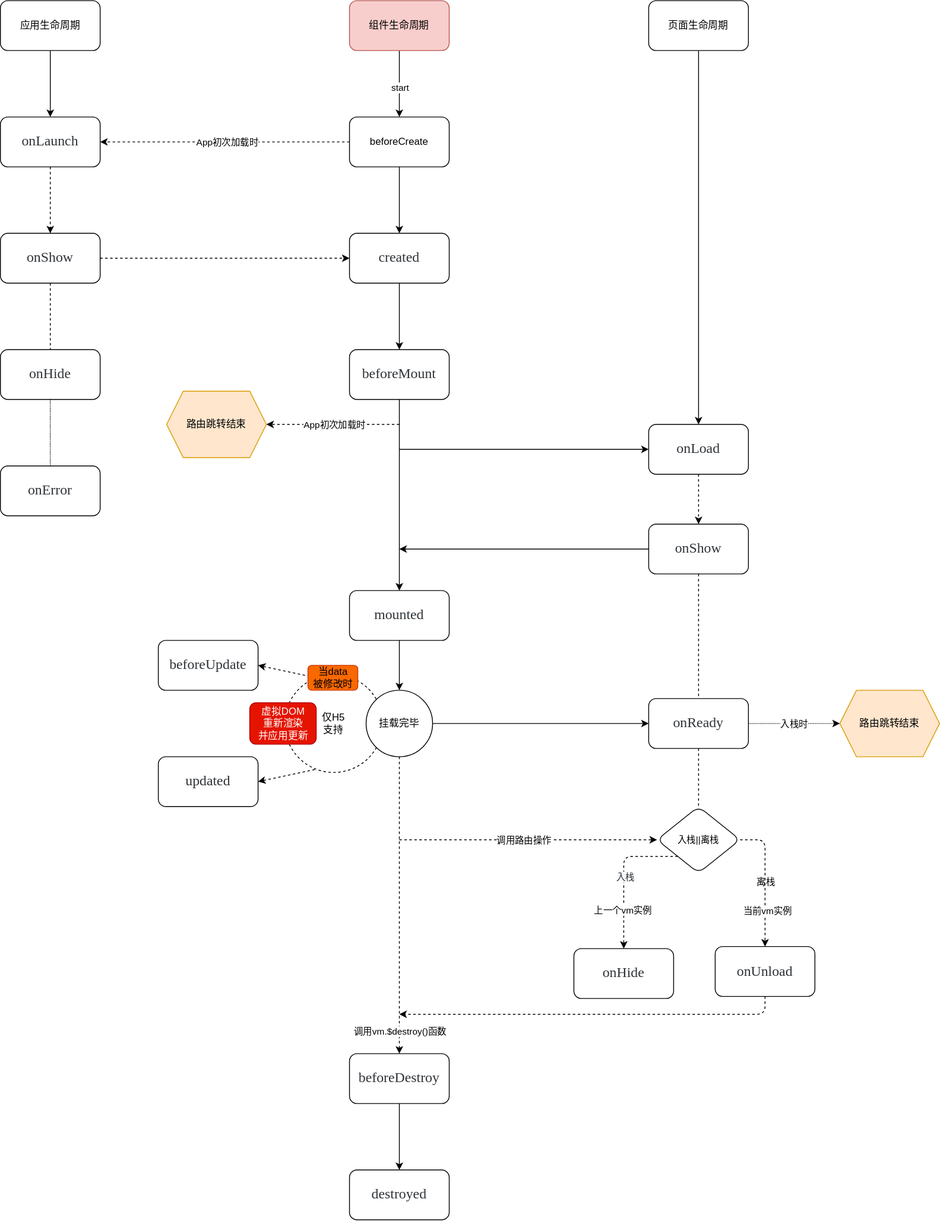
This is -附件-/drawio/UniApp生命周期.drawio.svg from FourteenDP/Note, a draw.io export, as it was before one commit. Source tidied: cells renumbered, new cells last; positions are measured from the earlier drawing's top-left corner, leaving out a move shared by most shapes.
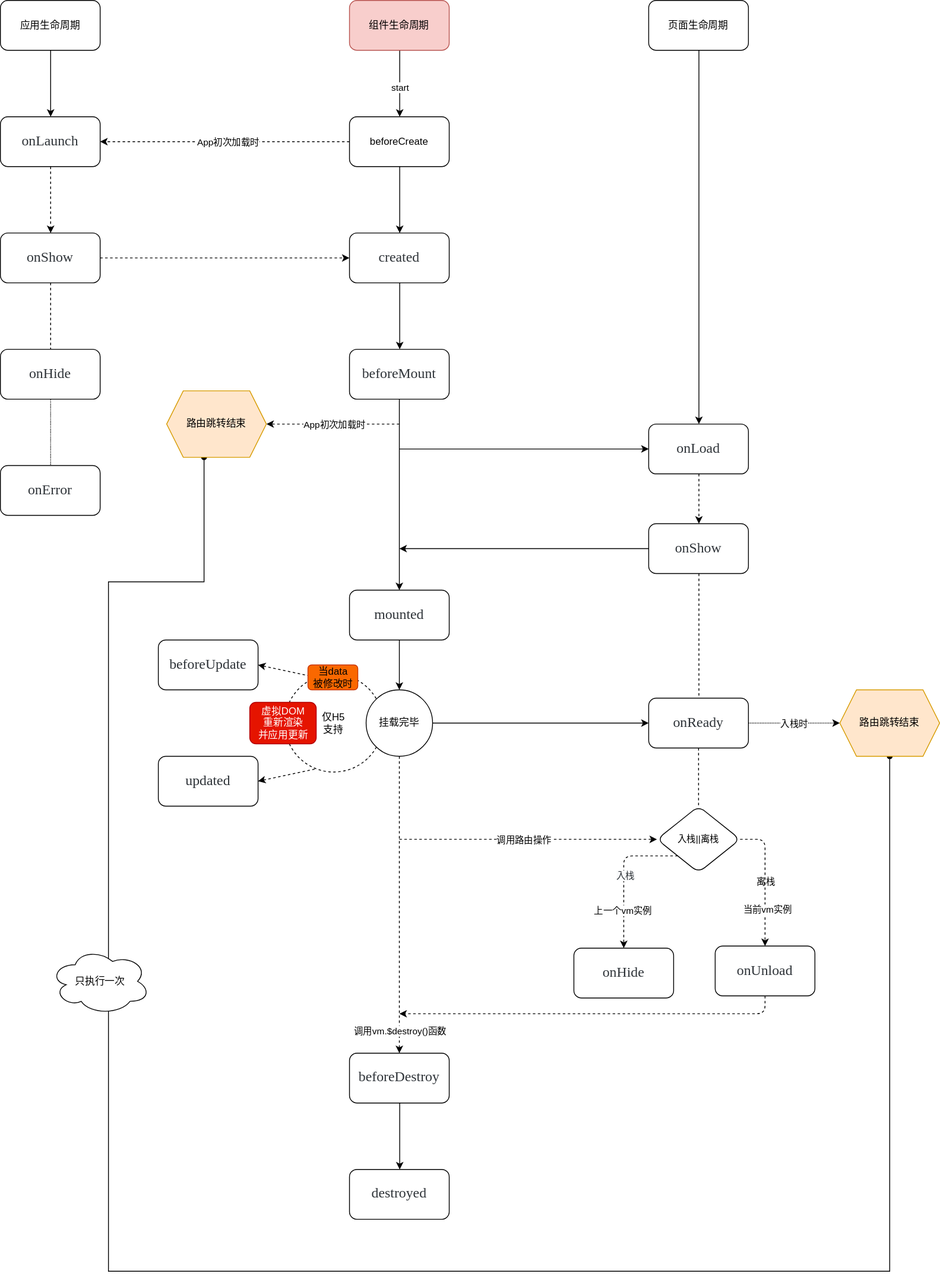
Later version of the same file.

Change to the diagram source:
```diff
@@ -170,6 +170,16 @@
     <mxCell id="49" value="App初次加载时" style="edgeLabel;html=1;align=center;verticalAlign=middle;fontColor=default;" parent="48" vertex="1">
       <mxGeometry x="-0.01" relative="1" as="geometry" />
     </mxCell>
+    <mxCell id="69" style="edgeStyle=orthogonalEdgeStyle;rounded=0;jettySize=auto;html=1;exitX=0.375;exitY=1;exitDx=0;exitDy=0;entryX=0.5;entryY=1;entryDx=0;entryDy=0;endArrow=oval;endFill=1;startArrow=oval;startFill=1;sketch=0;" parent="1" edge="1" source="50" target="68">
+      <mxGeometry relative="1" as="geometry">
+        <Array as="points">
+          <mxPoint x="245" y="700" />
+          <mxPoint x="130" y="700" />
+          <mxPoint x="130" y="1530" />
+          <mxPoint x="1070" y="1530" />
+        </Array>
+      </mxGeometry>
+    </mxCell>
     <mxCell id="50" value="路由跳转结束" style="shape=hexagon;perimeter=hexagonPerimeter2;whiteSpace=wrap;html=1;fixedSize=1;rounded=0;labelBackgroundColor=none;labelBorderColor=none;sketch=0;fillColor=#ffe6cc;strokeColor=#d79b00;" parent="1" vertex="1">
       <mxGeometry x="200" y="470" width="120" height="80" as="geometry" />
     </mxCell>
@@ -237,5 +247,8 @@
     <mxCell id="68" value="&lt;span style=&quot;&quot;&gt;路由跳转结束&lt;/span&gt;" style="shape=hexagon;perimeter=hexagonPerimeter2;whiteSpace=wrap;html=1;fixedSize=1;fillColor=#ffe6cc;strokeColor=#d79b00;" parent="1" vertex="1">
       <mxGeometry x="1010" y="830" width="120" height="80" as="geometry" />
     </mxCell>
+    <mxCell id="70" value="只执行一次" style="ellipse;shape=cloud;whiteSpace=wrap;html=1;" parent="1" vertex="1">
+      <mxGeometry x="60" y="1141" width="120" height="80" as="geometry" />
+    </mxCell>
   </root>
 </mxGraphModel>
```
